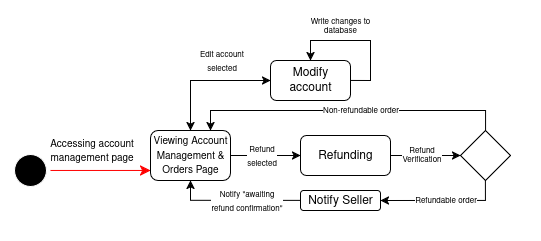
This is SRS Documents/User Story Diagrams/State Diagram - 9.png from TagReaper/CSE-4214-03-Lab-Project, a draw.io export, as it was before one commit. Source tidied: cells renumbered, new cells last; positions are measured from the earlier drawing's top-left corner, leaving out a move shared by most shapes.
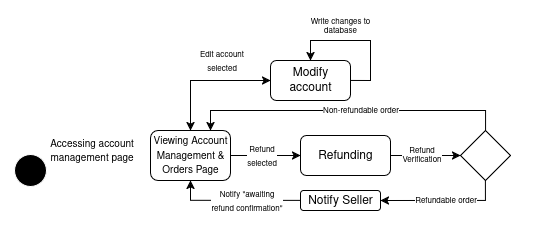
The same diagram one commit later.

The edit, as a diff of the source:
```diff
@@ -8,7 +8,7 @@
     <mxCell id="3" style="ellipse;html=1;shape=startState;fillColor=#000000;strokeColor=light-dark(#FFFFFF,#FFFFFF);" parent="1" vertex="1">
       <mxGeometry x="10" y="150" width="40" height="40" as="geometry" />
     </mxCell>
-    <mxCell id="4" style="edgeStyle=orthogonalEdgeStyle;html=1;verticalAlign=bottom;endArrow=classic;endSize=8;strokeColor=light-dark(#FF0000,#FFFFFF);rounded=0;endFill=1;" parent="1" edge="1" source="3">
+    <mxCell id="4" style="edgeStyle=orthogonalEdgeStyle;html=1;verticalAlign=bottom;endArrow=classic;endSize=8;strokeColor=light-dark(#FFFFFF,#FFFFFF);rounded=0;endFill=1;" parent="1" edge="1" source="3">
       <mxGeometry relative="1" as="geometry">
         <mxPoint x="150" y="170" as="targetPoint" />
         <Array as="points">
```
